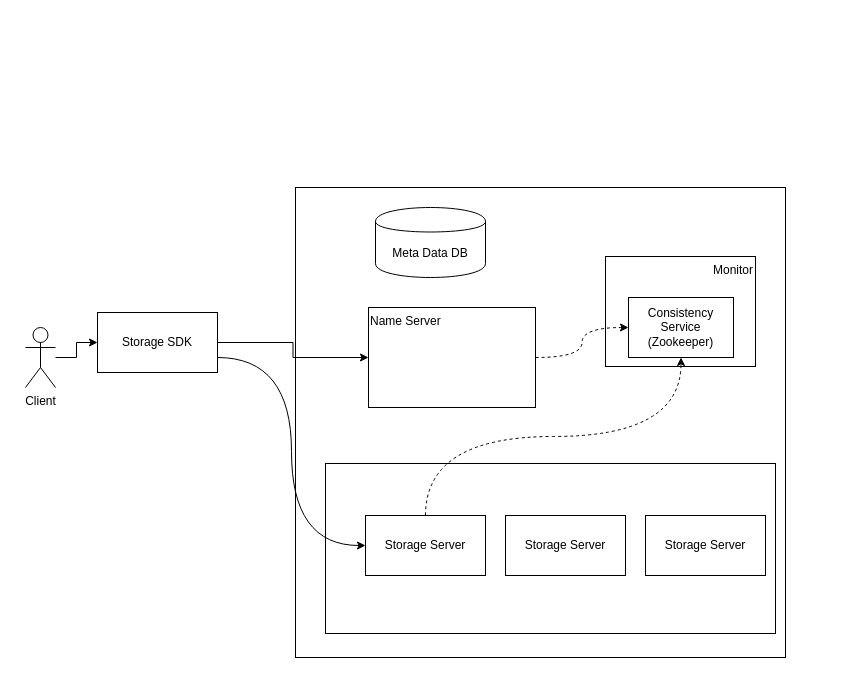
Earlier version of the draw.io diagram Untitled Diagram.drawio (darce2014/SpringCloudConfig). Source tidied: cells renumbered, new cells numbered last; positions are measured from the earlier drawing's top-left corner, leaving out a move shared by most shapes. Both pictures are drawn from the tidied source at 100%, with x=0, y=0 at pixel (25, 187).
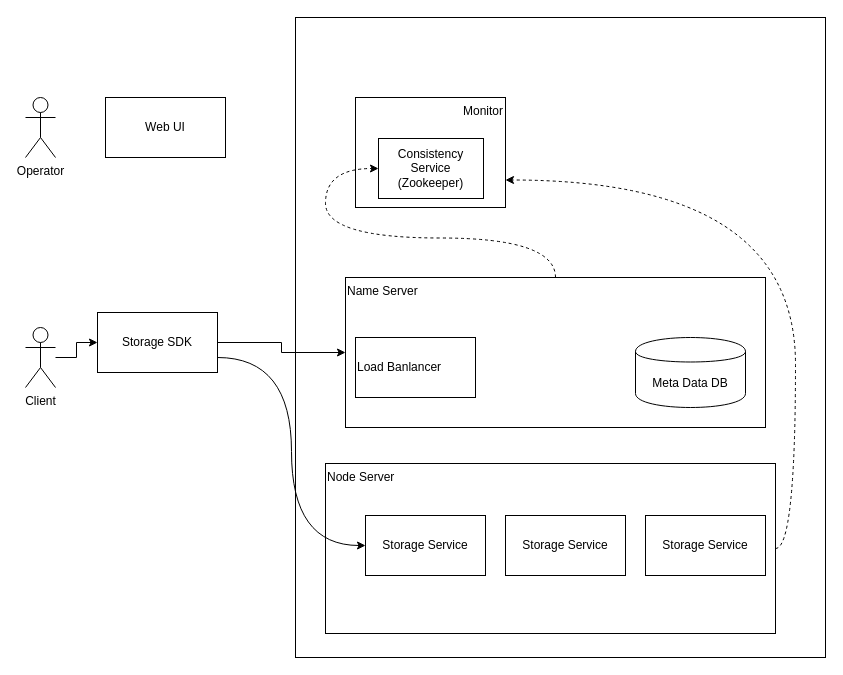
Above is the later version.

The edit, as a diff of the source:
```diff
@@
+    <mxCell id="6" value="Name Server" style="rounded=0;whiteSpace=wrap;html=1;fillColor=none;align=left;verticalAlign=top;" parent="1" vertex="1">
+      <mxGeometry x="320" y="90" width="420" height="150" as="geometry" />
+    </mxCell>
+    <mxCell id="3" style="rounded=0;whiteSpace=wrap;html=1;fillColor=none;" parent="1" vertex="1">
+      <mxGeometry x="270" y="-170" width="530" height="640" as="geometry" />
+    </mxCell>
     <mxCell id="2" value="Monitor" style="rounded=0;whiteSpace=wrap;html=1;fillColor=none;align=right;horizontal=1;verticalAlign=top;" parent="1" vertex="1">
-      <mxGeometry x="580" y="69" width="150" height="110" as="geometry" />
+      <mxGeometry x="330" y="-90" width="150" height="110" as="geometry" />
     </mxCell>
-    <mxCell id="3" style="rounded=0;whiteSpace=wrap;html=1;fillColor=none;" parent="1" vertex="1">
-      <mxGeometry x="270" width="490" height="470" as="geometry" />
-    </mxCell>
-    <mxCell id="4" style="rounded=0;whiteSpace=wrap;html=1;fillColor=none;" parent="1" vertex="1">
+    <mxCell id="4" value="Node Server" style="rounded=0;whiteSpace=wrap;html=1;fillColor=none;verticalAlign=top;align=left;" parent="1" vertex="1">
       <mxGeometry x="300" y="276" width="450" height="170" as="geometry" />
     </mxCell>
@@
-    <mxCell id="6" value="Name Server" style="rounded=0;whiteSpace=wrap;html=1;fillColor=none;align=left;verticalAlign=top;" parent="1" vertex="1">
-      <mxGeometry x="343" y="120" width="167" height="100" as="geometry" />
-    </mxCell>
@@
     <mxCell id="11" value="Meta Data DB" style="shape=cylinder;whiteSpace=wrap;html=1;boundedLbl=1;backgroundOutline=1;fillColor=none;" parent="1" vertex="1">
-      <mxGeometry x="350" y="20" width="110" height="70" as="geometry" />
+      <mxGeometry x="610" y="150" width="110" height="70" as="geometry" />
     </mxCell>
-    <mxCell id="12" style="edgeStyle=orthogonalEdgeStyle;rounded=0;jettySize=auto;html=1;jumpStyle=arc;dashed=1;curved=1;exitX=0.5;exitY=0;exitDx=0;exitDy=0;entryX=0.5;entryY=1;entryDx=0;entryDy=0;" parent="1" edge="1" source="13" target="17">
+    <mxCell id="12" style="edgeStyle=orthogonalEdgeStyle;rounded=0;jettySize=auto;html=1;jumpStyle=arc;dashed=1;curved=1;exitX=1;exitY=0.5;exitDx=0;exitDy=0;entryX=1;entryY=0.75;entryDx=0;entryDy=0;" parent="1" edge="1" source="4" target="2">
       <mxGeometry relative="1" as="geometry" />
     </mxCell>
-    <mxCell id="13" value="Storage Server" style="rounded=0;whiteSpace=wrap;html=1;fillColor=none;" parent="1" vertex="1">
+    <mxCell id="13" value="Storage Service" style="rounded=0;whiteSpace=wrap;html=1;fillColor=none;" parent="1" vertex="1">
       <mxGeometry x="340" y="328" width="120" height="60" as="geometry" />
     </mxCell>
-    <mxCell id="14" value="Storage Server" style="rounded=0;whiteSpace=wrap;html=1;fillColor=none;" parent="1" vertex="1">
+    <mxCell id="14" value="Storage Service" style="rounded=0;whiteSpace=wrap;html=1;fillColor=none;" parent="1" vertex="1">
       <mxGeometry x="620" y="328" width="120" height="60" as="geometry" />
     </mxCell>
-    <mxCell id="15" value="Storage Server" style="rounded=0;whiteSpace=wrap;html=1;fillColor=none;" parent="1" vertex="1">
+    <mxCell id="15" value="Storage Service" style="rounded=0;whiteSpace=wrap;html=1;fillColor=none;" parent="1" vertex="1">
       <mxGeometry x="480" y="328" width="120" height="60" as="geometry" />
     </mxCell>
@@
     <mxCell id="17" value="Consistency Service (Zookeeper)" style="rounded=0;whiteSpace=wrap;html=1;fillColor=none;" parent="1" vertex="1">
-      <mxGeometry x="603" y="110" width="105" height="60" as="geometry" />
+      <mxGeometry x="353" y="-49" width="105" height="60" as="geometry" />
     </mxCell>
+    <mxCell id="18" value="Operator" style="shape=umlActor;verticalLabelPosition=bottom;labelBackgroundColor=#ffffff;verticalAlign=top;html=1;fillColor=none;" parent="1" vertex="1">
+      <mxGeometry y="-90" width="30" height="60" as="geometry" />
+    </mxCell>
+    <mxCell id="19" value="Web UI" style="rounded=0;whiteSpace=wrap;html=1;fillColor=none;" parent="1" vertex="1">
+      <mxGeometry x="80" y="-90" width="120" height="60" as="geometry" />
+    </mxCell>
+    <mxCell id="20" value="Load Banlancer" style="rounded=0;whiteSpace=wrap;html=1;align=left;fillColor=none;" parent="1" vertex="1">
+      <mxGeometry x="330" y="150" width="120" height="60" as="geometry" />
+    </mxCell>
```
